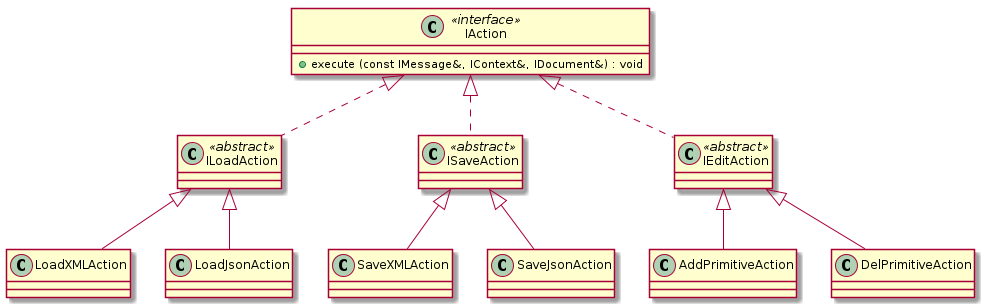
This is Editor/Diagrams/actions.png from CheskisVladimir/otus-2025, a PlantUML export, as it was before one commit. The source it was exported from:
```plantuml
@startuml
class IAction <<interface>> {
   + execute (const IMessage&, IContext&, IDocument&) : void

}

class ILoadAction <<abstract>> {
}

class ISaveAction <<abstract>> {
}

class IEditAction <<abstract>> {
}

class SaveXMLAction{}
class SaveJsonAction{}

class LoadXMLAction{}
class LoadJsonAction{}

class AddPrimitiveAction{}
class DelPrimitiveAction{}

IAction <|.. ILoadAction
IAction <|.. ISaveAction
IAction <|.. IEditAction

ISaveAction <|-- SaveXMLAction
ISaveAction <|-- SaveJsonAction

ILoadAction <|-- LoadXMLAction
ILoadAction <|-- LoadJsonAction

IEditAction <|-- AddPrimitiveAction
IEditAction <|-- DelPrimitiveAction

@enduml
```
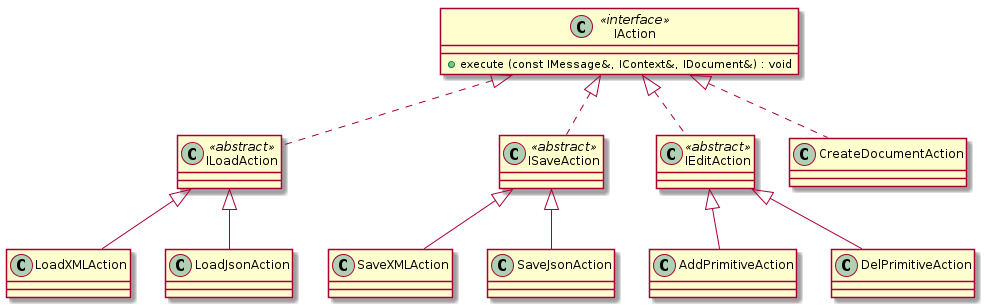
Later version of the same file.

What changed in the source:
```diff
@@ -13,6 +13,8 @@
 class IEditAction <<abstract>> {
 }
 
+class CreateDocumentAction{}
+
 class SaveXMLAction{}
 class SaveJsonAction{}
 
@@ -22,9 +24,12 @@
 class AddPrimitiveAction{}
 class DelPrimitiveAction{}
 
+
 IAction <|.. ILoadAction
 IAction <|.. ISaveAction
 IAction <|.. IEditAction
+IAction <|.. CreateDocumentAction
+
 
 ISaveAction <|-- SaveXMLAction
 ISaveAction <|-- SaveJsonAction
```
